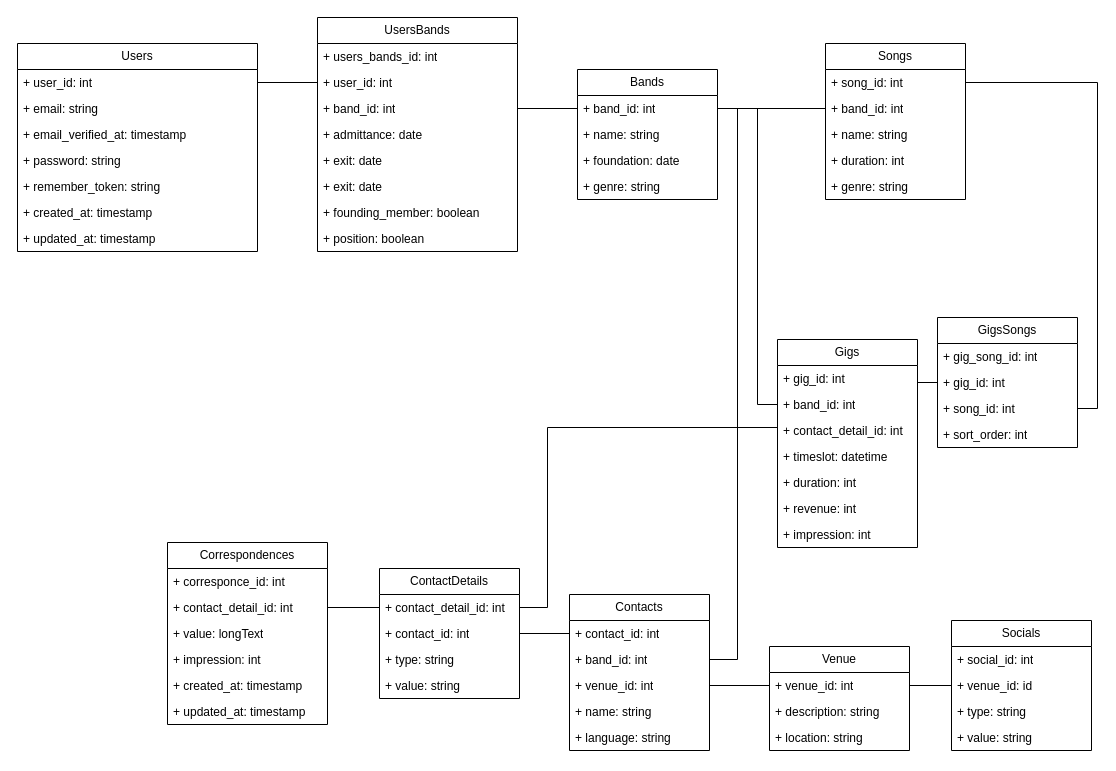
The draw.io diagram databaseEntities.drawio in DWave3239/CommPulse, before the edit. Source tidied: cells renumbered, new cells numbered last; positions are measured from the earlier drawing's top-left corner, leaving out a move shared by most shapes. Both pictures are drawn from the tidied source at 100%, with x=0, y=0 at pixel (17, 17).
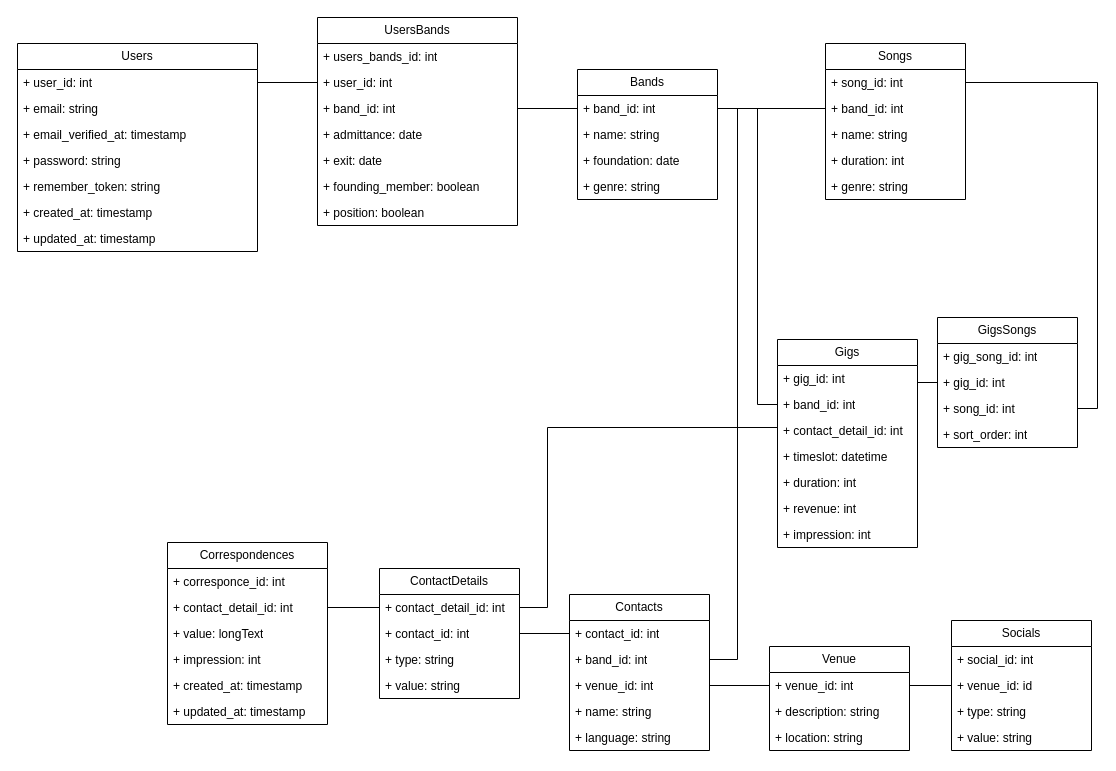
The same diagram, later.

The edit, as a diff of the source:
```diff
@@
     <mxCell id="15" value="UsersBands" style="swimlane;fontStyle=0;horizontal=1;startSize=26;fillColor=none;whiteSpace=wrap;html=1;" parent="1" vertex="1">
-      <mxGeometry x="300" width="200" height="234" as="geometry" />
+      <mxGeometry x="300" width="200" height="208" as="geometry" />
     </mxCell>
@@
-    <mxCell id="21" value="+ exit: date" style="text;strokeColor=none;fillColor=none;align=left;verticalAlign=top;spacingLeft=4;spacingRight=4;overflow=hidden;whiteSpace=wrap;html=1;" parent="15" vertex="1">
-      <mxGeometry y="156" width="200" height="26" as="geometry" />
-    </mxCell>
     <mxCell id="22" value="+ founding_member: boolean" style="text;strokeColor=none;fillColor=none;align=left;verticalAlign=top;spacingLeft=4;spacingRight=4;overflow=hidden;whiteSpace=wrap;html=1;" parent="15" vertex="1">
-      <mxGeometry y="182" width="200" height="26" as="geometry" />
+      <mxGeometry y="156" width="200" height="26" as="geometry" />
     </mxCell>
     <mxCell id="23" value="+ position: boolean" style="text;strokeColor=none;fillColor=none;align=left;verticalAlign=top;spacingLeft=4;spacingRight=4;overflow=hidden;whiteSpace=wrap;html=1;" parent="15" vertex="1">
-      <mxGeometry y="208" width="200" height="26" as="geometry" />
+      <mxGeometry y="182" width="200" height="26" as="geometry" />
     </mxCell>
```
